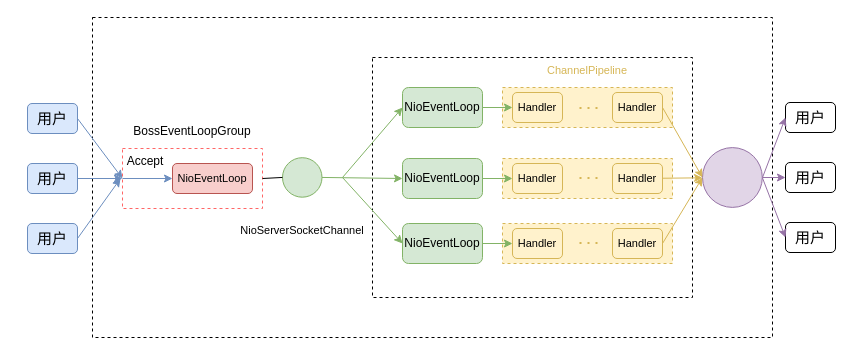
This is page "Page-1" (1 of 2) of Thread demo.drawio from GeorgeI997/web-vpn, a draw.io file, before an edit. Source tidied: cells renumbered, new cells numbered last; positions are measured from the earlier drawing's top-left corner, leaving out a move shared by most shapes. Both pictures are drawn from the tidied source at 100%, with x=0, y=0 at pixel (27, 17).
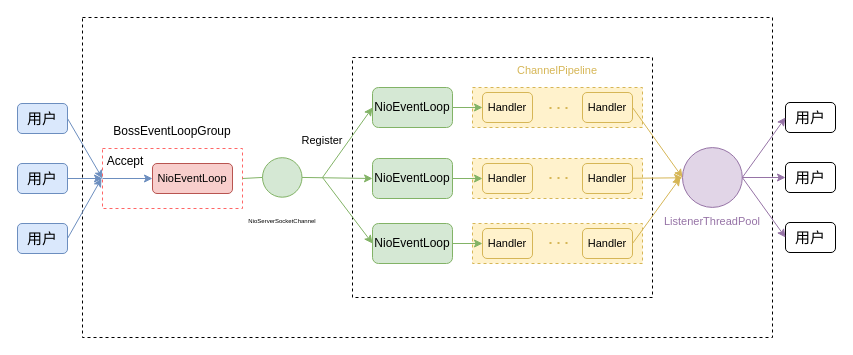
Above is the later version.

Unchanged cells that the change refers to:
```xml
<mxCell id="45" value="用户" style="rounded=1;whiteSpace=wrap;html=1;fontSize=15;shadow=0;sketch=0;glass=0;" parent="1" vertex="1">
  <mxGeometry x="758" y="85" width="50" height="30" as="geometry" />
</mxCell>
```

Diff of the diagram source:
```diff
@@
     <mxCell id="2" style="rounded=0;whiteSpace=wrap;html=1;fillColor=#fff2cc;dashed=1;strokeColor=#d6b656;" parent="1" vertex="1">
-      <mxGeometry x="475" y="206" width="170" height="40" as="geometry" />
+      <mxGeometry x="445" y="206" width="170" height="40" as="geometry" />
     </mxCell>
     <mxCell id="3" style="rounded=0;whiteSpace=wrap;html=1;fillColor=#fff2cc;dashed=1;strokeColor=#d6b656;" parent="1" vertex="1">
-      <mxGeometry x="475" y="141" width="170" height="40" as="geometry" />
+      <mxGeometry x="445" y="141" width="170" height="40" as="geometry" />
     </mxCell>
     <mxCell id="4" style="rounded=0;whiteSpace=wrap;html=1;fillColor=#fff2cc;dashed=1;strokeColor=#d6b656;" parent="1" vertex="1">
-      <mxGeometry x="475" y="70" width="170" height="40" as="geometry" />
+      <mxGeometry x="445" y="70" width="170" height="40" as="geometry" />
     </mxCell>
     <mxCell id="5" style="rounded=0;whiteSpace=wrap;html=1;dashed=1;fillColor=none;strokeWidth=1;" parent="1" vertex="1">
-      <mxGeometry x="65" width="680" height="320" as="geometry" />
+      <mxGeometry x="55" width="690" height="320" as="geometry" />
     </mxCell>
@@
     <mxCell id="7" value="用户" style="rounded=1;whiteSpace=wrap;html=1;fontSize=15;shadow=0;sketch=0;glass=0;fillColor=#dae8fc;strokeColor=#6c8ebf;" parent="1" vertex="1">
-      <mxGeometry y="86" width="50" height="30" as="geometry" />
+      <mxGeometry x="-10" y="86" width="50" height="30" as="geometry" />
     </mxCell>
@@
     <mxCell id="9" value="用户" style="rounded=1;whiteSpace=wrap;html=1;fontSize=15;shadow=0;sketch=0;glass=0;fillColor=#dae8fc;strokeColor=#6c8ebf;" parent="1" vertex="1">
-      <mxGeometry y="146" width="50" height="30" as="geometry" />
+      <mxGeometry x="-10" y="146" width="50" height="30" as="geometry" />
     </mxCell>
     <mxCell id="10" style="edgeStyle=none;rounded=0;jettySize=auto;html=1;exitX=1;exitY=0.5;exitDx=0;exitDy=0;fillColor=#dae8fc;strokeColor=#6c8ebf;" parent="1" edge="1" source="11">
       <mxGeometry relative="1" as="geometry">
-        <mxPoint x="93" y="161" as="targetPoint" />
+        <mxPoint x="74" y="161" as="targetPoint" />
       </mxGeometry>
     </mxCell>
     <mxCell id="11" value="用户" style="rounded=1;whiteSpace=wrap;html=1;fontSize=15;shadow=0;sketch=0;glass=0;fillColor=#dae8fc;strokeColor=#6c8ebf;" parent="1" vertex="1">
-      <mxGeometry y="206" width="50" height="30" as="geometry" />
+      <mxGeometry x="-10" y="206" width="50" height="30" as="geometry" />
     </mxCell>
     <mxCell id="12" style="rounded=0;whiteSpace=wrap;html=1;dashed=1;gradientColor=none;fillColor=none;fontColor=#FFCCCC;strokeColor=#FF6666;" parent="1" vertex="1">
-      <mxGeometry x="95" y="131" width="140" height="60" as="geometry" />
+      <mxGeometry x="75" y="131" width="140" height="60" as="geometry" />
     </mxCell>
     <mxCell id="13" style="rounded=0;whiteSpace=wrap;html=1;dashed=1;fillColor=none;gradientColor=none;strokeWidth=1;" parent="1" vertex="1">
-      <mxGeometry x="345" y="40" width="320" height="240" as="geometry" />
+      <mxGeometry x="325" y="40" width="300" height="240" as="geometry" />
     </mxCell>
@@
     <mxCell id="15" value="&lt;span&gt;NioEventLoop&lt;/span&gt;" style="rounded=1;whiteSpace=wrap;html=1;fillColor=#d5e8d4;strokeColor=#82b366;" parent="1" vertex="1">
-      <mxGeometry x="375" y="141" width="80" height="40" as="geometry" />
+      <mxGeometry x="345" y="141" width="80" height="40" as="geometry" />
     </mxCell>
@@
     <mxCell id="18" value="NioEventLoop" style="rounded=1;whiteSpace=wrap;html=1;fillColor=#d5e8d4;strokeColor=#82b366;" parent="1" vertex="1">
-      <mxGeometry x="375" y="70" width="80" height="40" as="geometry" />
+      <mxGeometry x="345" y="70" width="80" height="40" as="geometry" />
     </mxCell>
@@
     <mxCell id="20" value="&lt;span&gt;NioEventLoop&lt;/span&gt;" style="rounded=1;whiteSpace=wrap;html=1;fillColor=#d5e8d4;strokeColor=#82b366;" parent="1" vertex="1">
-      <mxGeometry x="375" y="206" width="80" height="40" as="geometry" />
+      <mxGeometry x="345" y="206" width="80" height="40" as="geometry" />
     </mxCell>
     <mxCell id="21" style="endArrow=classic;html=1;entryX=0;entryY=0.5;entryDx=0;entryDy=0;fillColor=#d5e8d4;strokeColor=#82b366;" parent="1" edge="1" target="18">
       <mxGeometry relative="1" as="geometry">
-        <mxPoint x="315" y="160" as="sourcePoint" />
+        <mxPoint x="295" y="160" as="sourcePoint" />
       </mxGeometry>
     </mxCell>
     <mxCell id="22" style="endArrow=classic;html=1;entryX=0;entryY=0.5;entryDx=0;entryDy=0;fillColor=#d5e8d4;strokeColor=#82b366;" parent="1" edge="1" target="20">
       <mxGeometry relative="1" as="geometry">
-        <mxPoint x="315" y="160" as="sourcePoint" />
+        <mxPoint x="295" y="160" as="sourcePoint" />
       </mxGeometry>
     </mxCell>
     <mxCell id="23" value="&lt;font style=&quot;font-size: 11px&quot;&gt;NioEventLoop&lt;/font&gt;" style="rounded=1;whiteSpace=wrap;html=1;fillColor=#f8cecc;fontSize=10;strokeColor=#b85450;" parent="1" vertex="1">
-      <mxGeometry x="145" y="146" width="80" height="30" as="geometry" />
+      <mxGeometry x="125" y="146" width="80" height="30" as="geometry" />
     </mxCell>
@@
     <mxCell id="25" value="&lt;font style=&quot;font-size: 11px&quot;&gt;Handler&lt;/font&gt;" style="rounded=1;whiteSpace=wrap;html=1;fillColor=#fff2cc;strokeColor=#d6b656;" parent="1" vertex="1">
-      <mxGeometry x="485" y="75" width="50" height="30" as="geometry" />
+      <mxGeometry x="455" y="75" width="50" height="30" as="geometry" />
     </mxCell>
     <mxCell id="26" value="&lt;font style=&quot;font-size: 11px&quot;&gt;Handler&lt;/font&gt;" style="rounded=1;whiteSpace=wrap;html=1;fillColor=#fff2cc;strokeColor=#d6b656;" parent="1" vertex="1">
-      <mxGeometry x="585" y="75" width="50" height="30" as="geometry" />
+      <mxGeometry x="555" y="75" width="50" height="30" as="geometry" />
     </mxCell>
     <mxCell id="27" style="endArrow=none;dashed=1;html=1;dashPattern=1 3;strokeWidth=2;fillColor=#fff2cc;strokeColor=#d6b656;" parent="1" edge="1">
       <mxGeometry relative="1" as="geometry">
-        <mxPoint x="552" y="90.5" as="sourcePoint" />
-        <mxPoint x="572" y="90.5" as="targetPoint" />
+        <mxPoint x="522" y="90.5" as="sourcePoint" />
+        <mxPoint x="542" y="90.5" as="targetPoint" />
       </mxGeometry>
     </mxCell>
     <mxCell id="28" value="&lt;font style=&quot;font-size: 11px&quot;&gt;Handler&lt;/font&gt;" style="rounded=1;whiteSpace=wrap;html=1;fillColor=#fff2cc;strokeColor=#d6b656;" parent="1" vertex="1">
-      <mxGeometry x="485" y="146" width="50" height="30" as="geometry" />
+      <mxGeometry x="455" y="146" width="50" height="30" as="geometry" />
     </mxCell>
@@
     <mxCell id="30" value="&lt;font style=&quot;font-size: 11px&quot;&gt;Handler&lt;/font&gt;" style="rounded=1;whiteSpace=wrap;html=1;fillColor=#fff2cc;strokeColor=#d6b656;" parent="1" vertex="1">
-      <mxGeometry x="585" y="146" width="50" height="30" as="geometry" />
+      <mxGeometry x="555" y="146" width="50" height="30" as="geometry" />
     </mxCell>
     <mxCell id="31" style="endArrow=none;dashed=1;html=1;dashPattern=1 3;strokeWidth=2;fillColor=#fff2cc;strokeColor=#d6b656;" parent="1" edge="1">
       <mxGeometry relative="1" as="geometry">
-        <mxPoint x="552" y="160.5" as="sourcePoint" />
-        <mxPoint x="572" y="160.5" as="targetPoint" />
+        <mxPoint x="522" y="160.5" as="sourcePoint" />
+        <mxPoint x="542" y="160.5" as="targetPoint" />
       </mxGeometry>
     </mxCell>
     <mxCell id="32" value="&lt;font style=&quot;font-size: 11px&quot;&gt;Handler&lt;/font&gt;" style="rounded=1;whiteSpace=wrap;html=1;fillColor=#fff2cc;strokeColor=#d6b656;" parent="1" vertex="1">
-      <mxGeometry x="485" y="211" width="50" height="30" as="geometry" />
+      <mxGeometry x="455" y="211" width="50" height="30" as="geometry" />
     </mxCell>
     <mxCell id="33" value="&lt;font style=&quot;font-size: 11px&quot;&gt;Handler&lt;/font&gt;" style="rounded=1;whiteSpace=wrap;html=1;fillColor=#fff2cc;strokeColor=#d6b656;" parent="1" vertex="1">
-      <mxGeometry x="585" y="211" width="50" height="30" as="geometry" />
+      <mxGeometry x="555" y="211" width="50" height="30" as="geometry" />
     </mxCell>
     <mxCell id="34" style="endArrow=none;dashed=1;html=1;dashPattern=1 3;strokeWidth=2;fillColor=#fff2cc;strokeColor=#d6b656;" parent="1" edge="1">
       <mxGeometry relative="1" as="geometry">
-        <mxPoint x="552" y="225.5" as="sourcePoint" />
-        <mxPoint x="572" y="225.5" as="targetPoint" />
+        <mxPoint x="522" y="225.5" as="sourcePoint" />
+        <mxPoint x="542" y="225.5" as="targetPoint" />
       </mxGeometry>
     </mxCell>
     <mxCell id="35" value="Accept" style="rounded=0;whiteSpace=wrap;html=1;dashed=1;gradientColor=none;fillColor=none;strokeColor=none;" parent="1" vertex="1">
-      <mxGeometry x="95" y="131" width="46" height="26" as="geometry" />
+      <mxGeometry x="75" y="131" width="46" height="26" as="geometry" />
     </mxCell>
     <mxCell id="36" style="ellipse;whiteSpace=wrap;html=1;rounded=1;fontSize=10;strokeColor=#82b366;fillColor=#d5e8d4;" parent="1" vertex="1">
-      <mxGeometry x="255" y="140.2" width="39.5" height="39.5" as="geometry" />
+      <mxGeometry x="235" y="140.2" width="39.5" height="39.5" as="geometry" />
     </mxCell>
-    <mxCell id="37" style="endArrow=none;html=1;exitX=1;exitY=0.5;exitDx=0;exitDy=0;entryX=0;entryY=0.5;entryDx=0;entryDy=0;" parent="1" edge="1" source="12" target="36">
+    <mxCell id="37" style="endArrow=none;html=1;exitX=1;exitY=0.5;exitDx=0;exitDy=0;entryX=0;entryY=0.5;entryDx=0;entryDy=0;strokeColor=#82B366;" parent="1" edge="1" source="12" target="36">
       <mxGeometry relative="1" as="geometry" />
     </mxCell>
     <mxCell id="38" value="BossEventLoopGroup" style="rounded=0;whiteSpace=wrap;html=1;dashed=1;gradientColor=none;fillColor=none;strokeColor=none;" parent="1" vertex="1">
-      <mxGeometry x="105" y="101" width="120" height="26" as="geometry" />
+      <mxGeometry x="85" y="101" width="120" height="26" as="geometry" />
     </mxCell>
-    <mxCell id="39" value="&lt;font style=&quot;font-size: 11px&quot;&gt;NioServerSocketChannel&lt;/font&gt;" style="rounded=0;whiteSpace=wrap;html=1;dashed=1;gradientColor=none;fillColor=none;strokeColor=none;fontFamily=Helvetica;fontSize=7;" parent="1" vertex="1">
-      <mxGeometry x="214.8" y="200" width="120" height="26" as="geometry" />
+    <mxCell id="39" value="&lt;font style=&quot;font-size: 6px&quot;&gt;NioServerSocketChannel&lt;/font&gt;" style="rounded=0;whiteSpace=wrap;html=1;dashed=1;gradientColor=none;fillColor=none;strokeColor=none;fontFamily=Helvetica;fontSize=7;" parent="1" vertex="1">
+      <mxGeometry x="194.8" y="191" width="120" height="26" as="geometry" />
     </mxCell>
     <mxCell id="40" value="&lt;font style=&quot;font-size: 11px&quot; color=&quot;#d6b656&quot;&gt;ChannelPipeline&lt;/font&gt;" style="rounded=0;whiteSpace=wrap;html=1;dashed=1;gradientColor=none;fillColor=none;strokeColor=none;fontFamily=Helvetica;fontSize=7;" parent="1" vertex="1">
-      <mxGeometry x="500" y="40" width="120" height="26" as="geometry" />
+      <mxGeometry x="470" y="40" width="120" height="26" as="geometry" />
     </mxCell>
@@
     <mxCell id="42" style="ellipse;whiteSpace=wrap;html=1;rounded=1;fontSize=10;fillColor=#e1d5e7;strokeColor=#9673A6;" parent="1" vertex="1">
-      <mxGeometry x="675" y="130.1" width="59.8" height="59.8" as="geometry" />
+      <mxGeometry x="655" y="130.1" width="59.8" height="59.8" as="geometry" />
     </mxCell>
@@
     <mxCell id="44" style="endArrow=classic;html=1;fontFamily=Helvetica;fontSize=7;fontColor=#FFCCCC;exitX=1;exitY=0.5;exitDx=0;exitDy=0;strokeColor=#D6B656;" parent="1" edge="1" source="33">
       <mxGeometry relative="1" as="geometry">
-        <mxPoint x="675" y="160" as="targetPoint" />
+        <mxPoint x="653" y="160" as="targetPoint" />
       </mxGeometry>
     </mxCell>
@@
-    <mxCell id="48" style="endArrow=classic;html=1;fontFamily=Helvetica;fontSize=7;fontColor=#D6B656;strokeColor=#9673A6;entryX=0;entryY=0.5;entryDx=0;entryDy=0;" parent="1" edge="1" target="45">
-      <mxGeometry relative="1" as="geometry">
-        <mxPoint x="735" y="160" as="sourcePoint" />
-      </mxGeometry>
+    <mxCell id="48" style="endArrow=classic;html=1;fontFamily=Helvetica;fontSize=7;fontColor=#D6B656;entryX=0;entryY=0.5;entryDx=0;entryDy=0;strokeColor=#9673A6;exitX=1;exitY=0.5;exitDx=0;exitDy=0;" parent="1" edge="1" source="42" target="45">
+      <mxGeometry relative="1" as="geometry" />
     </mxCell>
@@
+    <mxCell id="50" value="&lt;font style=&quot;font-size: 11px&quot; color=&quot;#9673a6&quot;&gt;ListenerThreadPool&lt;/font&gt;" style="rounded=0;whiteSpace=wrap;html=1;dashed=1;gradientColor=none;fillColor=none;strokeColor=none;fontFamily=Helvetica;fontSize=7;" parent="1" vertex="1">
+      <mxGeometry x="624.9" y="191" width="120" height="26" as="geometry" />
+    </mxCell>
+    <mxCell id="51" value="&lt;font style=&quot;font-size: 11px&quot;&gt;Register&lt;/font&gt;" style="rounded=0;whiteSpace=wrap;html=1;dashed=1;gradientColor=none;fillColor=none;strokeColor=none;fontFamily=Helvetica;fontSize=7;" parent="1" vertex="1">
+      <mxGeometry x="235" y="110" width="120" height="26" as="geometry" />
+    </mxCell>
```
